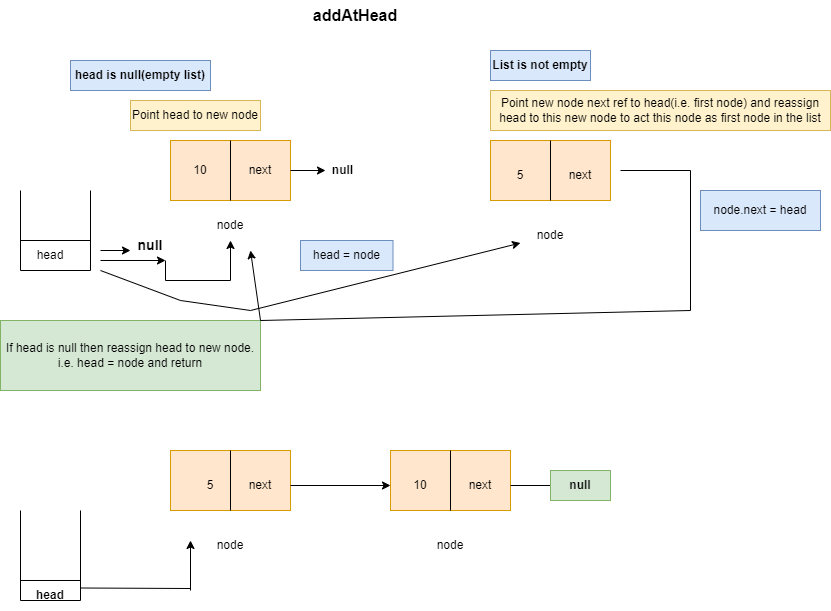
harihar09/DSA keeps this draw.io diagram as src/Images/DesignLinkList.png. Above is the earlier version. Source tidied: cells renumbered, new cells last; positions are measured from the earlier drawing's top-left corner, leaving out a move shared by most shapes.
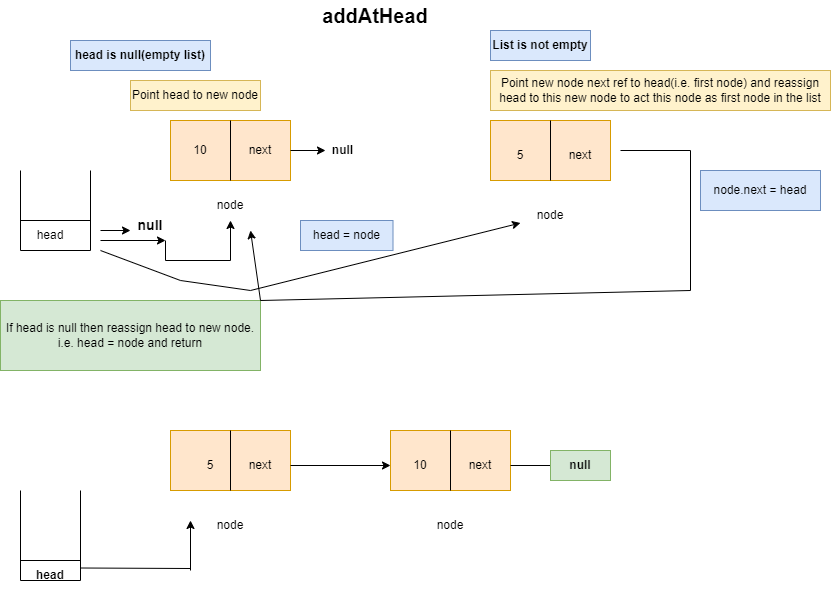
The same diagram one commit later.

What changed in the source:
```diff
@@ -2,8 +2,8 @@
   <root>
     <mxCell id="0" />
     <mxCell id="1" parent="0" />
-    <mxCell id="2" value="addAtHead" style="text;html=1;strokeColor=none;fillColor=none;align=center;verticalAlign=middle;whiteSpace=wrap;rounded=0;fontStyle=1;fontSize=16;" parent="1" vertex="1">
-      <mxGeometry x="300" width="110" height="30" as="geometry" />
+    <mxCell id="2" value="addAtHead" style="text;html=1;strokeColor=none;fillColor=none;align=center;verticalAlign=middle;whiteSpace=wrap;rounded=0;fontStyle=1;fontSize=20;" parent="1" vertex="1">
+      <mxGeometry x="300" y="20" width="150" height="30" as="geometry" />
     </mxCell>
     <mxCell id="3" value="head is null(empty list)" style="text;html=1;strokeColor=#6c8ebf;fillColor=#dae8fc;align=center;verticalAlign=middle;whiteSpace=wrap;rounded=0;fontStyle=1;" parent="1" vertex="1">
       <mxGeometry x="70" y="60" width="140" height="30" as="geometry" />
```
